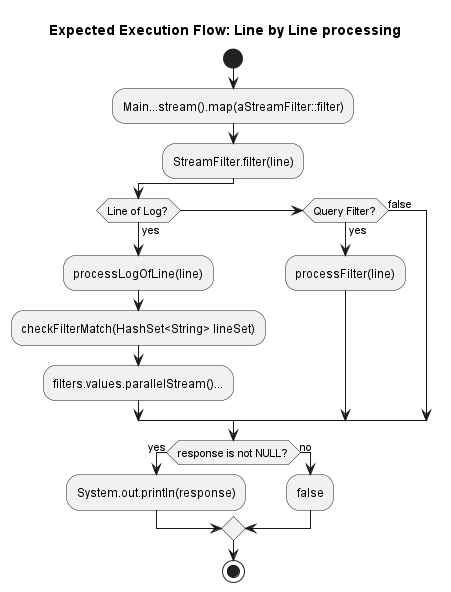
Before: docs/RequiredFlow-Expected_Execution_Flow__Line_by_Line_processing.png, a diagram exported from PlantUML (ozdemirht/java-new).
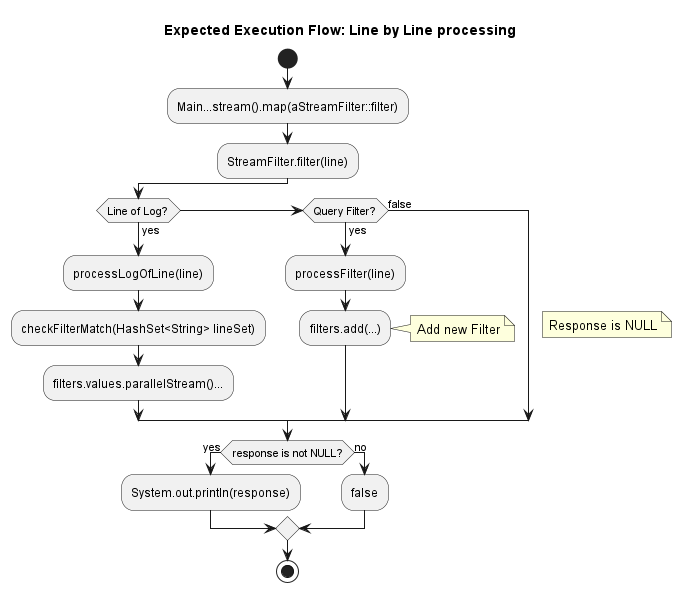
The same file after the commit.

Commit message:
multiple uml files updated

Diff of the diagram source:
```diff
@@ -11,7 +11,14 @@
   :filters.values.parallelStream()...;
 else if (Query Filter?) is (yes) then
   :processFilter(line);
+  :filters.add(...);
+  note right
+  Add new Filter
+  end note
 else (false)
+  note right
+  Response is NULL
+  end note
 endif
 
 if (response is not NULL?) is (yes) then
```
